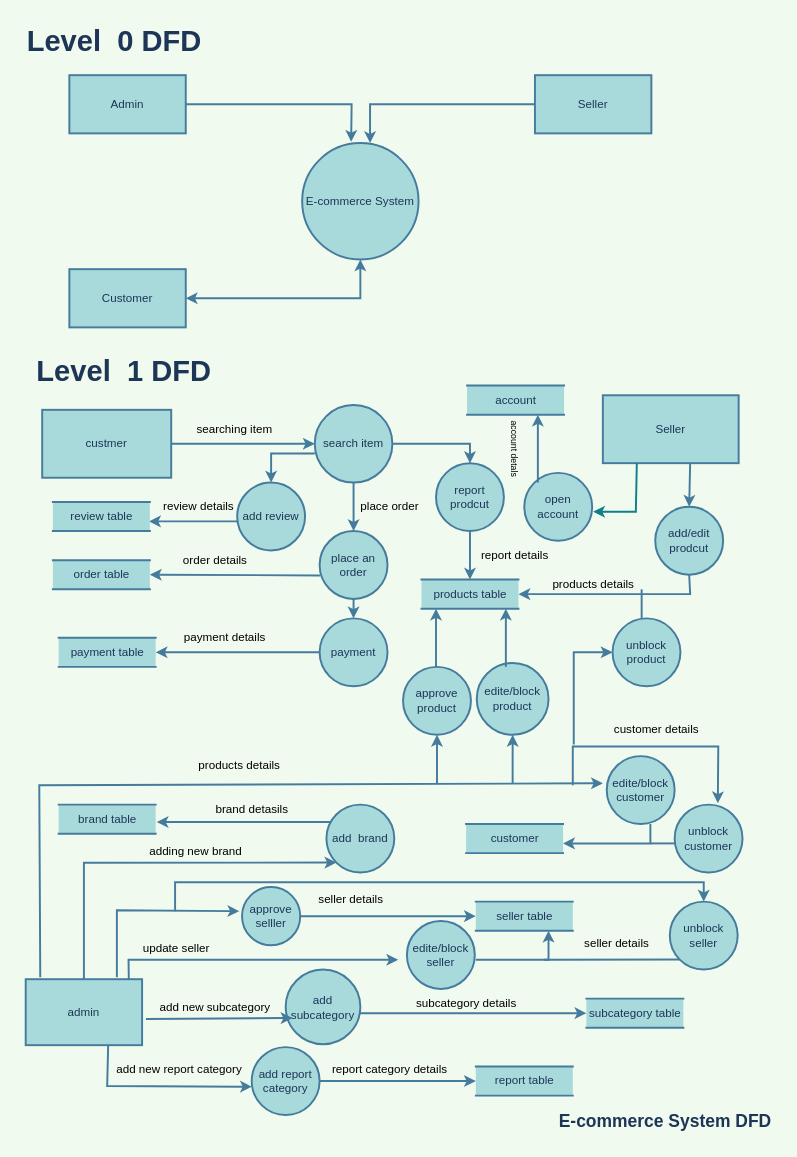
Before: Data Flow Diagram.drawio in Nasrinjaha/Click-Collect, a draw.io diagram. Source tidied: cells renumbered, new cells numbered last; positions are measured from the earlier drawing's top-left corner, leaving out a move shared by most shapes. Both pictures are drawn from the tidied source at 97%, with x=0, y=0 at pixel (16, 16).
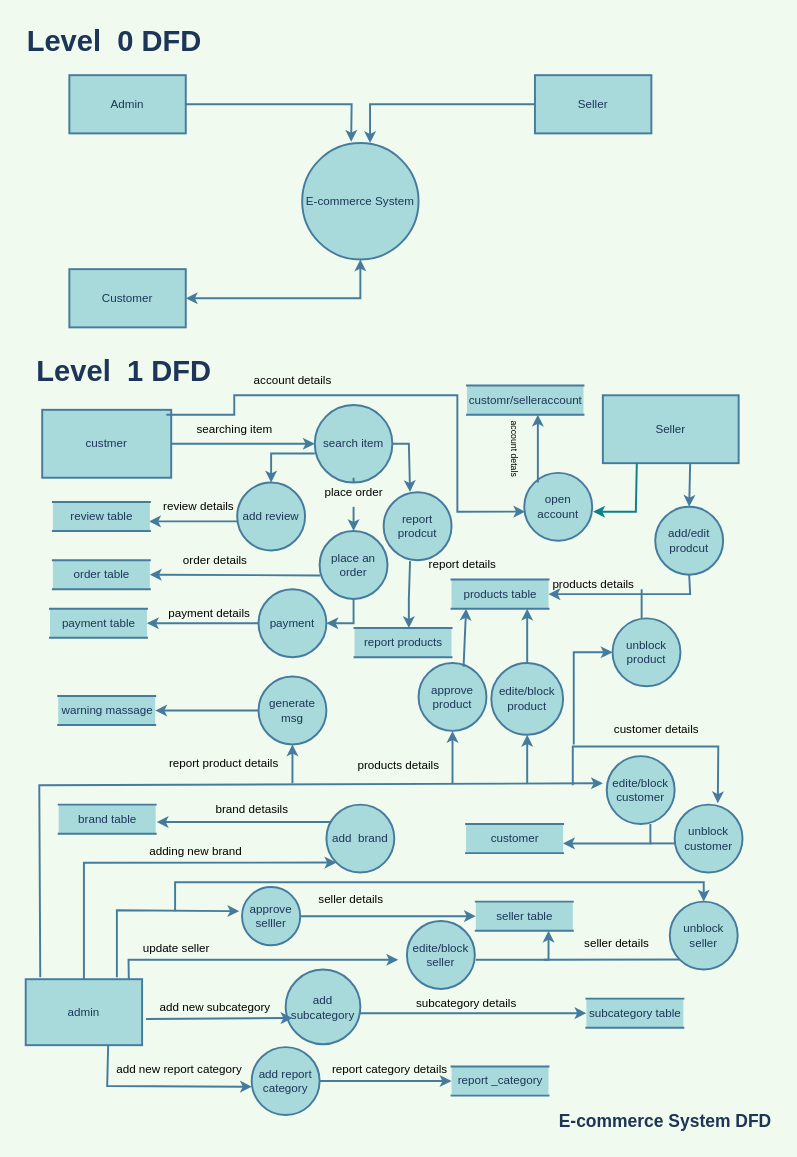
The same page after the edit.

The change refers to these unchanged cells:
```xml
<mxCell id="14" value="search item" style="ellipse;whiteSpace=wrap;html=1;strokeColor=#457B9D;fontColor=#1D3557;fillColor=#A8DADC;rounded=0;strokeWidth=2;" parent="1" vertex="1">
  <mxGeometry x="307" y="400" width="80" height="80" as="geometry" />
</mxCell>
<mxCell id="15" value="place an order" style="ellipse;whiteSpace=wrap;html=1;strokeColor=#457B9D;fontColor=#1D3557;fillColor=#A8DADC;rounded=0;strokeWidth=2;" parent="1" vertex="1">
  <mxGeometry x="312" y="530" width="70" height="70" as="geometry" />
</mxCell>
<mxCell id="70" value="open account" style="ellipse;whiteSpace=wrap;html=1;strokeColor=#457B9D;fontColor=#1D3557;fillColor=#A8DADC;rounded=0;strokeWidth=2;" parent="1" vertex="1">
  <mxGeometry x="523" y="470" width="70" height="70" as="geometry" />
</mxCell>
```

The edit, as a diff of the source:
```diff
@@
-    <mxCell id="17" style="endArrow=classic;html=1;rounded=0;strokeColor=#457B9D;fontSize=30;fontColor=#1D3557;fillColor=#A8DADC;exitX=0.5;exitY=1;exitDx=0;exitDy=0;entryX=0.5;entryY=0;entryDx=0;entryDy=0;labelBackgroundColor=#F1FAEE;strokeWidth=2;" parent="1" edge="1" source="14" target="15">
+    <mxCell id="17" style="endArrow=classic;html=1;rounded=0;strokeColor=#457B9D;fontSize=30;fontColor=#1D3557;fillColor=#A8DADC;exitX=0.5;exitY=1;exitDx=0;exitDy=0;entryX=0.5;entryY=0;entryDx=0;entryDy=0;labelBackgroundColor=#F1FAEE;strokeWidth=2;startArrow=none;" parent="1" edge="1" source="75" target="15">
       <mxGeometry relative="1" as="geometry" />
     </mxCell>
     <mxCell id="18" value="payment" style="ellipse;whiteSpace=wrap;html=1;strokeColor=#457B9D;fontColor=#1D3557;fillColor=#A8DADC;rounded=0;strokeWidth=2;" parent="1" vertex="1">
-      <mxGeometry x="312" y="620" width="70" height="70" as="geometry" />
+      <mxGeometry x="249" y="590" width="70" height="70" as="geometry" />
     </mxCell>
-    <mxCell id="19" style="endArrow=classic;html=1;rounded=0;strokeColor=#457B9D;fontSize=30;fontColor=#1D3557;fillColor=#A8DADC;exitX=0.5;exitY=1;exitDx=0;exitDy=0;entryX=0.5;entryY=0;entryDx=0;entryDy=0;labelBackgroundColor=#F1FAEE;strokeWidth=2;" parent="1" edge="1" source="15" target="18">
-      <mxGeometry relative="1" as="geometry" />
+    <mxCell id="19" style="endArrow=classic;html=1;rounded=0;strokeColor=#457B9D;fontSize=30;fontColor=#1D3557;fillColor=#A8DADC;exitX=0.5;exitY=1;exitDx=0;exitDy=0;entryX=1;entryY=0.5;entryDx=0;entryDy=0;labelBackgroundColor=#F1FAEE;strokeWidth=2;" parent="1" edge="1" source="15" target="18">
+      <mxGeometry relative="1" as="geometry">
+        <Array as="points">
+          <mxPoint x="347" y="625" />
+        </Array>
+      </mxGeometry>
     </mxCell>
@@
     <mxCell id="22" value="payment table" style="html=1;dashed=0;whitespace=wrap;shape=partialRectangle;right=0;left=0;strokeColor=#457B9D;fontSize=12;fontColor=#1D3557;fillColor=#A8DADC;rounded=0;strokeWidth=2;" parent="1" vertex="1">
-      <mxGeometry x="43" y="640" width="100" height="30" as="geometry" />
+      <mxGeometry x="34" y="610" width="100" height="30" as="geometry" />
     </mxCell>
@@
     <mxCell id="24" value="products table" style="html=1;dashed=0;whitespace=wrap;shape=partialRectangle;right=0;left=0;strokeColor=#457B9D;fontSize=12;fontColor=#1D3557;fillColor=#A8DADC;rounded=0;strokeWidth=2;" parent="1" vertex="1">
-      <mxGeometry x="417" y="580" width="100" height="30" as="geometry" />
+      <mxGeometry x="448" y="580" width="100" height="30" as="geometry" />
     </mxCell>
-    <mxCell id="25" style="endArrow=classic;html=1;rounded=0;strokeColor=#457B9D;fontSize=12;fontColor=#1D3557;fillColor=#A8DADC;exitX=0.5;exitY=1;exitDx=0;exitDy=0;entryX=0.5;entryY=0;entryDx=0;entryDy=0;startArrow=none;labelBackgroundColor=#F1FAEE;strokeWidth=2;" parent="1" edge="1" source="26" target="24">
+    <mxCell id="25" style="endArrow=classic;html=1;rounded=0;strokeColor=#457B9D;fontSize=12;fontColor=#1D3557;fillColor=#A8DADC;exitX=0.389;exitY=1.014;exitDx=0;exitDy=0;startArrow=none;labelBackgroundColor=#F1FAEE;strokeWidth=2;exitPerimeter=0;" parent="1" edge="1" source="26">
       <mxGeometry relative="1" as="geometry">
+        <mxPoint x="404" y="630" as="targetPoint" />
         <Array as="points">
-          <mxPoint x="467" y="530" />
+          <mxPoint x="404" y="600" />
         </Array>
       </mxGeometry>
     </mxCell>
     <mxCell id="26" value="report prodcut" style="ellipse;whiteSpace=wrap;html=1;strokeColor=#457B9D;fontColor=#1D3557;fillColor=#A8DADC;rounded=0;strokeWidth=2;" parent="1" vertex="1">
-      <mxGeometry x="432" y="460" width="70" height="70" as="geometry" />
+      <mxGeometry x="378" y="490" width="70" height="70" as="geometry" />
     </mxCell>
-    <mxCell id="27" style="endArrow=classic;html=1;rounded=0;strokeColor=#457B9D;fontSize=12;fontColor=#1D3557;fillColor=#A8DADC;exitX=1;exitY=0.5;exitDx=0;exitDy=0;entryX=0.5;entryY=0;entryDx=0;entryDy=0;endFill=1;labelBackgroundColor=#F1FAEE;strokeWidth=2;" parent="1" edge="1" source="14" target="26">
+    <mxCell id="27" style="endArrow=classic;html=1;rounded=0;strokeColor=#457B9D;fontSize=12;fontColor=#1D3557;fillColor=#A8DADC;exitX=1;exitY=0.5;exitDx=0;exitDy=0;entryX=0.389;entryY=-0.003;entryDx=0;entryDy=0;endFill=1;labelBackgroundColor=#F1FAEE;strokeWidth=2;entryPerimeter=0;" parent="1" edge="1" source="14" target="26">
       <mxGeometry relative="1" as="geometry">
         <Array as="points">
-          <mxPoint x="467" y="440" />
+          <mxPoint x="404" y="440" />
         </Array>
       </mxGeometry>
     </mxCell>
@@
-    <mxCell id="43" value="report table" style="html=1;dashed=0;whitespace=wrap;shape=partialRectangle;right=0;left=0;strokeColor=#457B9D;fontSize=12;fontColor=#1D3557;fillColor=#A8DADC;rounded=0;strokeWidth=2;" parent="1" vertex="1">
-      <mxGeometry x="473" y="1082" width="100" height="30" as="geometry" />
+    <mxCell id="43" value="report _category" style="html=1;dashed=0;whitespace=wrap;shape=partialRectangle;right=0;left=0;strokeColor=#457B9D;fontSize=12;fontColor=#1D3557;fillColor=#A8DADC;rounded=0;strokeWidth=2;" parent="1" vertex="1">
+      <mxGeometry x="448" y="1082" width="100" height="30" as="geometry" />
     </mxCell>
@@
     <mxCell id="68" value="payment details" style="text;html=1;align=center;verticalAlign=middle;strokeColor=none;fillColor=none;" parent="1" vertex="1">
-      <mxGeometry x="159" y="625" width="110" height="30" as="geometry" />
+      <mxGeometry x="143" y="600" width="110" height="30" as="geometry" />
     </mxCell>
     <mxCell id="69" value="report details" style="text;html=1;align=center;verticalAlign=middle;strokeColor=none;fillColor=none;" parent="1" vertex="1">
-      <mxGeometry x="468" y="540" width="90" height="30" as="geometry" />
+      <mxGeometry x="414" y="550" width="90" height="30" as="geometry" />
     </mxCell>
@@
-    <mxCell id="72" value="account" style="html=1;dashed=0;whitespace=wrap;shape=partialRectangle;right=0;left=0;strokeColor=#457B9D;fontSize=12;fontColor=#1D3557;fillColor=#A8DADC;rounded=0;strokeWidth=2;" parent="1" vertex="1">
-      <mxGeometry x="464" y="380" width="100" height="30" as="geometry" />
+    <mxCell id="72" value="customr/selleraccount" style="html=1;dashed=0;whitespace=wrap;shape=partialRectangle;right=0;left=0;strokeColor=#457B9D;fontSize=12;fontColor=#1D3557;fillColor=#A8DADC;rounded=0;strokeWidth=2;" parent="1" vertex="1">
+      <mxGeometry x="464" y="380" width="120" height="30" as="geometry" />
     </mxCell>
@@
-    <mxCell id="75" value="&lt;font style=&quot;font-size: 12px;&quot;&gt;place order&lt;/font&gt;" style="text;html=1;align=center;verticalAlign=middle;points=[];strokeColor=none;fillColor=none;fontSize=9;" parent="1" vertex="1">
-      <mxGeometry x="344" y="490" width="80" height="30" as="geometry" />
-    </mxCell>
@@
     <mxCell id="77" value="approve product" style="ellipse;whiteSpace=wrap;html=1;strokeColor=#457B9D;fontColor=#1D3557;fillColor=#A8DADC;rounded=0;strokeWidth=2;" parent="1" vertex="1">
-      <mxGeometry x="398" y="670" width="70" height="70" as="geometry" />
+      <mxGeometry x="414" y="666" width="70" height="70" as="geometry" />
     </mxCell>
     <mxCell id="78" value="edite/block&lt;br&gt;product" style="ellipse;whiteSpace=wrap;html=1;strokeColor=#457B9D;fontColor=#1D3557;fillColor=#A8DADC;rounded=0;strokeWidth=2;" parent="1" vertex="1">
-      <mxGeometry x="474" y="666" width="74" height="74" as="geometry" />
+      <mxGeometry x="489" y="666" width="74" height="74" as="geometry" />
     </mxCell>
@@
     <mxCell id="80" style="endArrow=classic;html=1;rounded=0;strokeColor=#457B9D;fontSize=30;fontColor=#1D3557;fillColor=#A8DADC;labelBackgroundColor=#F1FAEE;strokeWidth=2;entryX=0.5;entryY=1;entryDx=0;entryDy=0;" parent="1" edge="1" target="77">
       <mxGeometry relative="1" as="geometry">
-        <mxPoint x="433" y="790" as="sourcePoint" />
+        <mxPoint x="449" y="790" as="sourcePoint" />
       </mxGeometry>
     </mxCell>
     <mxCell id="81" style="endArrow=classic;html=1;rounded=0;strokeColor=#457B9D;fontSize=30;fontColor=#1D3557;fillColor=#A8DADC;labelBackgroundColor=#F1FAEE;strokeWidth=2;entryX=0.5;entryY=1;entryDx=0;entryDy=0;" parent="1" edge="1" target="78">
       <mxGeometry relative="1" as="geometry">
-        <mxPoint x="511" y="790" as="sourcePoint" />
+        <mxPoint x="526" y="790" as="sourcePoint" />
       </mxGeometry>
     </mxCell>
@@
-    <mxCell id="83" style="endArrow=classic;html=1;rounded=0;strokeColor=#457B9D;fontSize=30;fontColor=#1D3557;fillColor=#A8DADC;labelBackgroundColor=#F1FAEE;strokeWidth=2;entryX=0.15;entryY=1;entryDx=0;entryDy=0;entryPerimeter=0;" parent="1" edge="1" target="24">
-      <mxGeometry relative="1" as="geometry">
-        <mxPoint x="432" y="670" as="sourcePoint" />
-      </mxGeometry>
+    <mxCell id="83" style="endArrow=classic;html=1;rounded=0;strokeColor=#457B9D;fontSize=30;fontColor=#1D3557;fillColor=#A8DADC;labelBackgroundColor=#F1FAEE;strokeWidth=2;entryX=0.15;entryY=1;entryDx=0;entryDy=0;entryPerimeter=0;exitX=0.663;exitY=0.054;exitDx=0;exitDy=0;exitPerimeter=0;" parent="1" edge="1" source="77" target="24">
+      <mxGeometry relative="1" as="geometry" />
     </mxCell>
-    <mxCell id="84" style="endArrow=classic;html=1;rounded=0;strokeColor=#457B9D;fontSize=30;fontColor=#1D3557;fillColor=#A8DADC;labelBackgroundColor=#F1FAEE;strokeWidth=2;" parent="1" edge="1">
+    <mxCell id="84" style="endArrow=classic;html=1;rounded=0;strokeColor=#457B9D;fontSize=30;fontColor=#1D3557;fillColor=#A8DADC;labelBackgroundColor=#F1FAEE;strokeWidth=2;exitX=0.5;exitY=0;exitDx=0;exitDy=0;" parent="1" edge="1" source="78">
       <mxGeometry relative="1" as="geometry">
-        <mxPoint x="504" y="670" as="sourcePoint" />
-        <mxPoint x="504" y="610" as="targetPoint" />
+        <mxPoint x="526" y="610" as="targetPoint" />
       </mxGeometry>
     </mxCell>
@@
     <mxCell id="86" value="&lt;font style=&quot;font-size: 12px;&quot;&gt;products details&lt;/font&gt;" style="text;html=1;align=center;verticalAlign=middle;strokeColor=none;fillColor=none;fontSize=18;rotation=0;" parent="1" vertex="1">
-      <mxGeometry x="174" y="750" width="110" height="40" as="geometry" />
+      <mxGeometry x="338" y="750" width="110" height="40" as="geometry" />
     </mxCell>
@@
+    <mxCell id="75" value="&lt;font style=&quot;font-size: 12px;&quot;&gt;place order&lt;/font&gt;" style="text;html=1;align=center;verticalAlign=middle;points=[];strokeColor=none;fillColor=none;fontSize=9;" parent="1" vertex="1">
+      <mxGeometry x="307" y="475" width="80" height="30" as="geometry" />
+    </mxCell>
+    <mxCell id="97" style="endArrow=none;html=1;rounded=0;strokeColor=#457B9D;fontSize=30;fontColor=#1D3557;fillColor=#A8DADC;exitX=0.5;exitY=1;exitDx=0;exitDy=0;entryX=0.5;entryY=0;entryDx=0;entryDy=0;labelBackgroundColor=#F1FAEE;strokeWidth=2;" parent="1" edge="1" source="14" target="75">
+      <mxGeometry relative="1" as="geometry" />
+    </mxCell>
+    <mxCell id="98" value="report products" style="html=1;dashed=0;whitespace=wrap;shape=partialRectangle;right=0;left=0;strokeColor=#457B9D;fontSize=12;fontColor=#1D3557;fillColor=#A8DADC;rounded=0;strokeWidth=2;" parent="1" vertex="1">
+      <mxGeometry x="348" y="630" width="100" height="30" as="geometry" />
+    </mxCell>
+    <mxCell id="99" style="endArrow=classic;html=1;rounded=0;strokeColor=#457B9D;fontSize=30;fontColor=#1D3557;fillColor=#A8DADC;labelBackgroundColor=#F1FAEE;strokeWidth=2;entryX=0.5;entryY=1;entryDx=0;entryDy=0;" parent="1" edge="1" target="100">
+      <mxGeometry relative="1" as="geometry">
+        <mxPoint x="284" y="790" as="sourcePoint" />
+      </mxGeometry>
+    </mxCell>
+    <mxCell id="100" value="generate msg" style="ellipse;whiteSpace=wrap;html=1;strokeColor=#457B9D;fontColor=#1D3557;fillColor=#A8DADC;rounded=0;strokeWidth=2;" parent="1" vertex="1">
+      <mxGeometry x="249" y="680" width="70" height="70" as="geometry" />
+    </mxCell>
+    <mxCell id="101" value="report product details" style="text;html=1;align=center;verticalAlign=middle;strokeColor=none;fillColor=none;" parent="1" vertex="1">
+      <mxGeometry x="142.5" y="755" width="140" height="30" as="geometry" />
+    </mxCell>
+    <mxCell id="102" value="warning massage" style="html=1;dashed=0;whitespace=wrap;shape=partialRectangle;right=0;left=0;strokeColor=#457B9D;fontSize=12;fontColor=#1D3557;fillColor=#A8DADC;rounded=0;strokeWidth=2;" parent="1" vertex="1">
+      <mxGeometry x="42.5" y="700" width="100" height="30" as="geometry" />
+    </mxCell>
+    <mxCell id="103" style="endArrow=classic;html=1;rounded=0;strokeColor=#457B9D;fontSize=30;fontColor=#1D3557;fillColor=#A8DADC;entryX=1;entryY=0.5;entryDx=0;entryDy=0;labelBackgroundColor=#F1FAEE;strokeWidth=2;exitX=0;exitY=0.5;exitDx=0;exitDy=0;" parent="1" edge="1" source="100" target="102">
+      <mxGeometry relative="1" as="geometry" />
+    </mxCell>
+    <mxCell id="104" style="endArrow=classic;html=1;rounded=0;strokeColor=#457B9D;fontSize=30;fontColor=#1D3557;fillColor=#A8DADC;endFill=1;labelBackgroundColor=#F1FAEE;strokeWidth=2;entryX=0.014;entryY=0.571;entryDx=0;entryDy=0;entryPerimeter=0;" parent="1" edge="1" target="70">
+      <mxGeometry relative="1" as="geometry">
+        <mxPoint x="154" y="410" as="sourcePoint" />
+        <Array as="points">
+          <mxPoint x="224" y="410" />
+          <mxPoint x="224" y="390" />
+          <mxPoint x="454" y="390" />
+          <mxPoint x="454" y="510" />
+        </Array>
+      </mxGeometry>
+    </mxCell>
+    <mxCell id="105" value="account details" style="text;html=1;align=center;verticalAlign=middle;strokeColor=none;fillColor=none;" parent="1" vertex="1">
+      <mxGeometry x="234" y="360" width="100" height="30" as="geometry" />
+    </mxCell>
```
